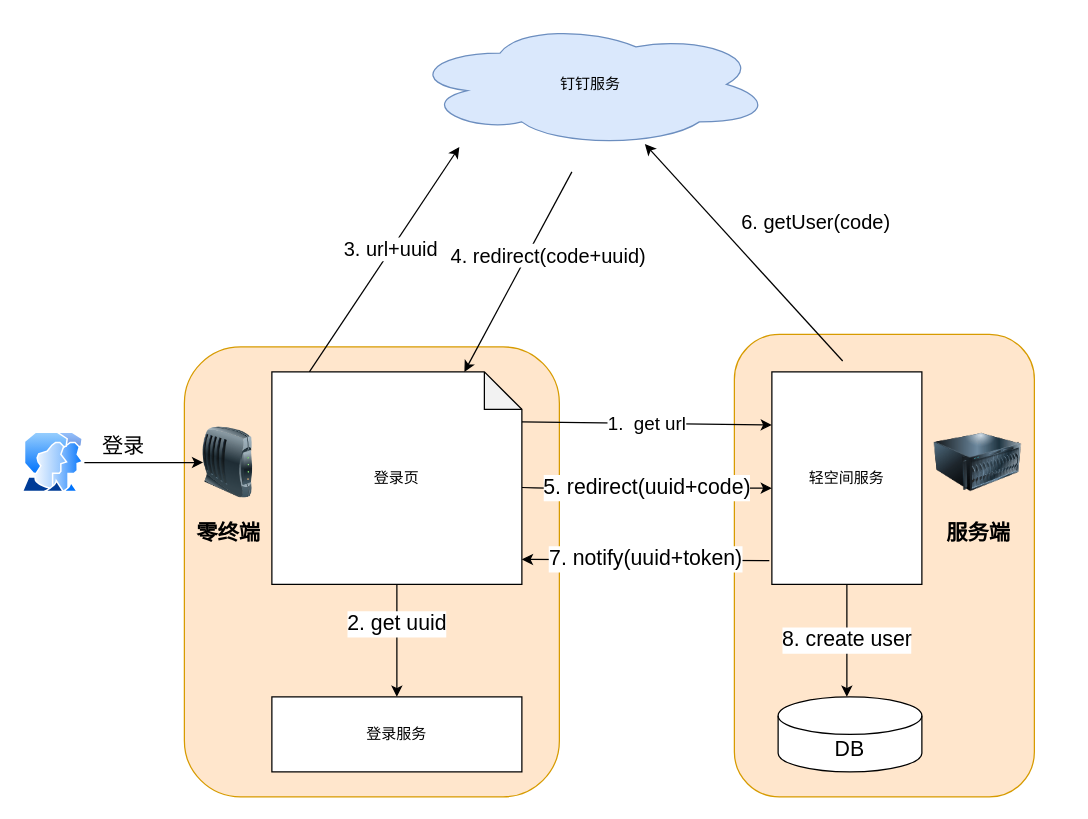
This is client.drawio from chenkangzeng/appstreaming, a draw.io file, before an edit. Source tidied: cells renumbered, new cells numbered last; positions are measured from the earlier drawing's top-left corner, leaving out a move shared by most shapes. Both pictures are drawn from the tidied source at 125%, with x=0, y=0 at pixel (21, 21).
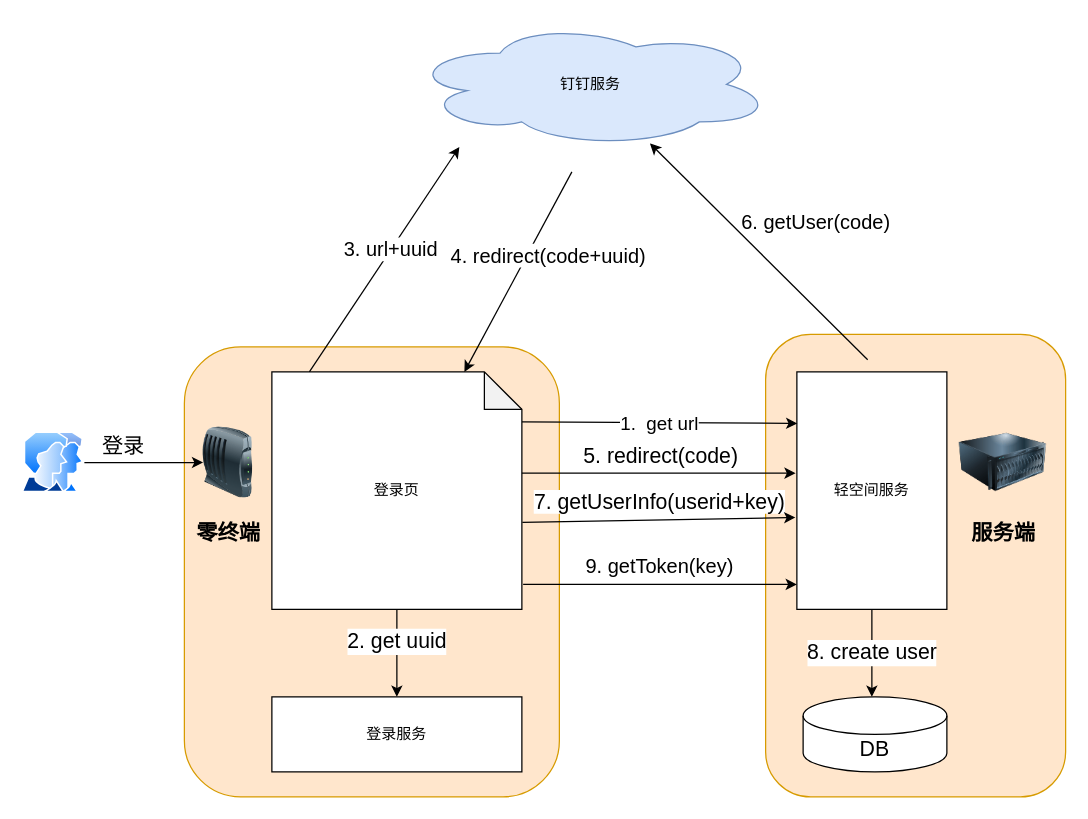
The same page after the edit.

Change to the diagram source:
```diff
@@
     <mxCell id="2" style="rounded=1;whiteSpace=wrap;html=1;fontSize=17;fillColor=#ffe6cc;strokeColor=#d79b00;" parent="1" vertex="1">
-      <mxGeometry x="570" y="250" width="240" height="370" as="geometry" />
+      <mxGeometry x="595" y="250" width="240" height="370" as="geometry" />
     </mxCell>
@@
     <mxCell id="5" value="8. create user" style="edgeStyle=orthogonalEdgeStyle;rounded=0;jettySize=auto;html=1;startArrow=none;startFill=0;endArrow=classic;endFill=1;fontSize=17;" parent="1" edge="1" source="6">
       <mxGeometry relative="1" as="geometry">
-        <mxPoint x="660" y="540" as="targetPoint" />
+        <mxPoint x="680" y="540" as="targetPoint" />
       </mxGeometry>
     </mxCell>
     <mxCell id="6" value="轻空间服务" style="rounded=0;whiteSpace=wrap;html=1;" parent="1" vertex="1">
-      <mxGeometry x="600" y="280" width="120" height="170" as="geometry" />
+      <mxGeometry x="620" y="280" width="120" height="190" as="geometry" />
     </mxCell>
@@
-    <mxCell id="11" value="1.&amp;nbsp; get url" style="endArrow=classic;html=1;entryX=0;entryY=0.25;entryDx=0;entryDy=0;fontSize=15;" parent="1" edge="1" target="6">
+    <mxCell id="11" value="1.&amp;nbsp; get url" style="endArrow=classic;html=1;entryX=0.003;entryY=0.217;entryDx=0;entryDy=0;fontSize=15;entryPerimeter=0;" parent="1" edge="1" target="6">
       <mxGeometry relative="1" as="geometry">
         <mxPoint x="400" y="320" as="sourcePoint" />
       </mxGeometry>
     </mxCell>
-    <mxCell id="12" value="5. redirect(uuid+code)" style="endArrow=classic;html=1;exitX=1;exitY=0.5;exitDx=0;exitDy=0;entryX=0;entryY=0.5;entryDx=0;entryDy=0;fontSize=17;" parent="1" edge="1">
-      <mxGeometry relative="1" as="geometry">
-        <mxPoint x="400" y="372.5" as="sourcePoint" />
-        <mxPoint x="600" y="373" as="targetPoint" />
-        <Array as="points">
-          <mxPoint x="420" y="373" />
-        </Array>
+    <mxCell id="12" value="5. redirect(code)" style="endArrow=classic;html=1;fontSize=17;" parent="1" edge="1">
+      <mxGeometry x="0.02" y="13" relative="1" as="geometry">
+        <mxPoint x="399" y="361" as="sourcePoint" />
+        <mxPoint x="619" y="361" as="targetPoint" />
       </mxGeometry>
     </mxCell>
@@
-    <mxCell id="15" value="7. notify(uuid+token)" style="endArrow=classic;html=1;exitX=-0.017;exitY=0.888;exitDx=0;exitDy=0;exitPerimeter=0;fontSize=17;" parent="1" edge="1" source="6">
-      <mxGeometry relative="1" as="geometry">
-        <mxPoint x="400" y="430" as="targetPoint" />
-      </mxGeometry>
-    </mxCell>
@@
     <mxCell id="18" value="登录页" style="shape=note;whiteSpace=wrap;html=1;backgroundOutline=1;darkOpacity=0.05;" parent="1" vertex="1">
-      <mxGeometry x="200" y="280" width="200" height="170" as="geometry" />
+      <mxGeometry x="200" y="280" width="200" height="190" as="geometry" />
     </mxCell>
@@
     <mxCell id="20" value="服务端" style="text;html=1;align=center;verticalAlign=middle;fontSize=17;fontStyle=1;" parent="1" vertex="1">
-      <mxGeometry x="730" y="395" width="70" height="30" as="geometry" />
+      <mxGeometry x="750" y="395" width="70" height="30" as="geometry" />
     </mxCell>
     <mxCell id="21" value="DB" style="shape=cylinder3;whiteSpace=wrap;html=1;boundedLbl=1;backgroundOutline=1;size=15;fontSize=17;" parent="1" vertex="1">
-      <mxGeometry x="605" y="540" width="115" height="60" as="geometry" />
+      <mxGeometry x="625" y="540" width="115" height="60" as="geometry" />
     </mxCell>
     <mxCell id="22" style="image;html=1;image=img/lib/clip_art/computers/Server_128x128.png;fontSize=17;" parent="1" vertex="1">
-      <mxGeometry x="730" y="317.5" width="70" height="70" as="geometry" />
+      <mxGeometry x="750" y="317.5" width="70" height="70" as="geometry" />
     </mxCell>
@@
+    <mxCell id="27" style="endArrow=classic;html=1;" parent="1" edge="1">
+      <mxGeometry relative="1" as="geometry">
+        <mxPoint x="401" y="450" as="sourcePoint" />
+        <mxPoint x="620" y="450" as="targetPoint" />
+      </mxGeometry>
+    </mxCell>
+    <mxCell id="28" value="&lt;span style=&quot;font-size: 17px ; background-color: rgb(255 , 255 , 255)&quot;&gt;7. getUserInfo(userid+key)&lt;/span&gt;" style="text;html=1;align=center;verticalAlign=middle;" parent="1" vertex="1">
+      <mxGeometry x="400" y="375" width="220" height="20" as="geometry" />
+    </mxCell>
+    <mxCell id="29" value="9. getToken(key)" style="text;html=1;align=center;verticalAlign=middle;strokeWidth=16;fontSize=16;" parent="1" vertex="1">
+      <mxGeometry x="445" y="425" width="130" height="20" as="geometry" />
+    </mxCell>
+    <mxCell id="30" style="endArrow=classic;html=1;fontSize=16;exitX=1.002;exitY=0.634;exitDx=0;exitDy=0;exitPerimeter=0;entryX=-0.01;entryY=0.613;entryDx=0;entryDy=0;entryPerimeter=0;" parent="1" edge="1" source="18" target="6">
+      <mxGeometry relative="1" as="geometry" />
+    </mxCell>
```
